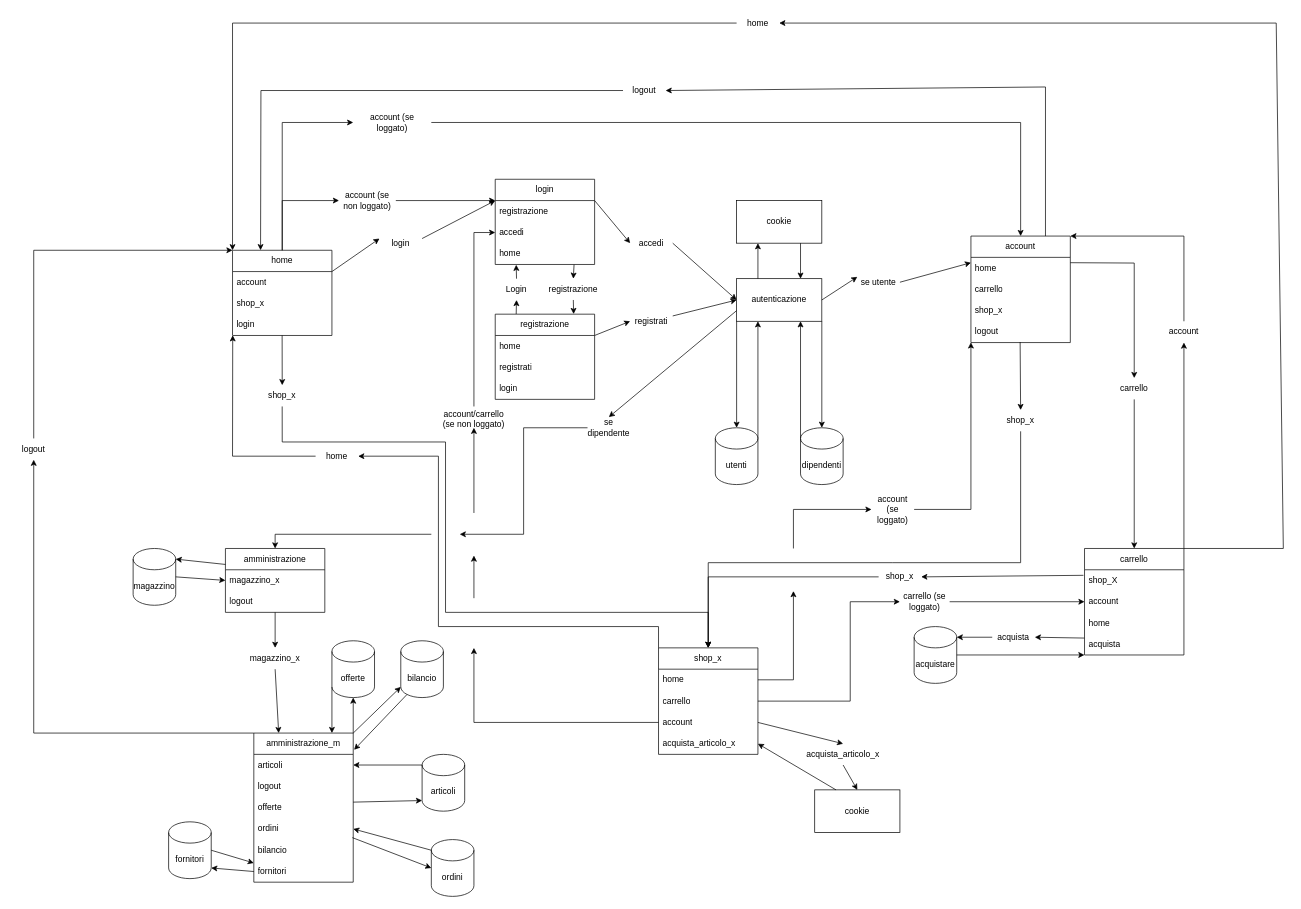
Above: Documenti/progettazione_sito.drawio in Bugigio/Negozi-Sportivi (draw.io), before the change. Source tidied: cells renumbered, new cells numbered last; positions are measured from the earlier drawing's top-left corner, leaving out a move shared by most shapes. Both pictures are drawn from the tidied source at 71%, with x=0, y=0 at pixel (12, 12).
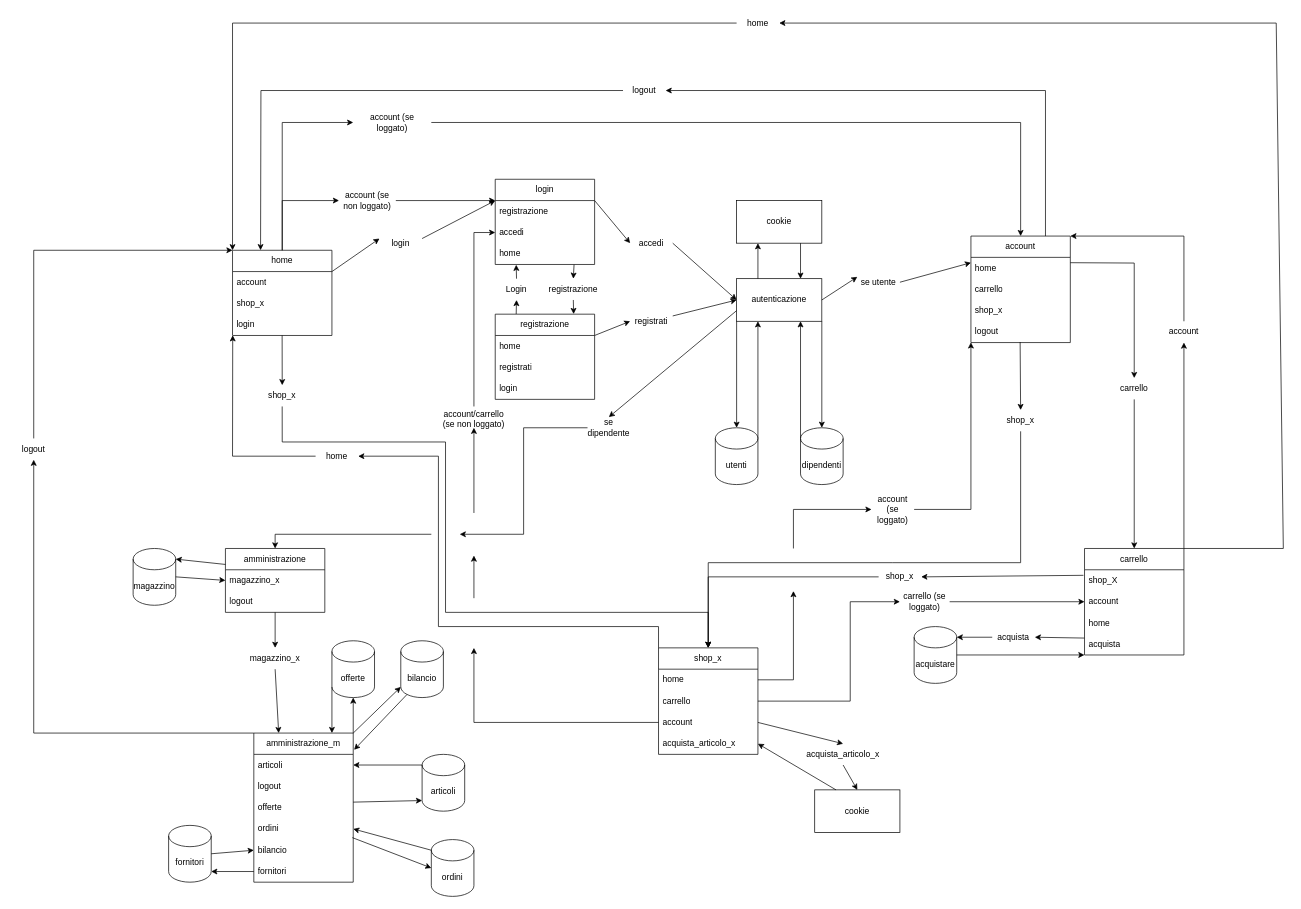
The same page after the edit.

The change refers to these unchanged cells:
```xml
<mxCell id="15" value="account" style="swimlane;fontStyle=0;horizontal=1;startSize=30;whiteSpace=wrap;html=1;" parent="1" vertex="1">
  <mxGeometry x="1350" y="315" width="140" height="150" as="geometry" />
</mxCell>
<mxCell id="41" value="bilancio" style="text;strokeColor=none;fillColor=none;align=left;verticalAlign=middle;spacingLeft=4;spacingRight=4;overflow=hidden;points=[[0,0.5],[1,0.5]];portConstraint=eastwest;whiteSpace=wrap;html=1;" parent="36" vertex="1">
  <mxGeometry y="150" width="140" height="30" as="geometry" />
</mxCell>
<mxCell id="42" value="fornitori" style="text;strokeColor=none;fillColor=none;align=left;verticalAlign=middle;spacingLeft=4;spacingRight=4;overflow=hidden;points=[[0,0.5],[1,0.5]];portConstraint=eastwest;whiteSpace=wrap;html=1;" parent="36" vertex="1">
  <mxGeometry y="180" width="140" height="30" as="geometry" />
</mxCell>
<mxCell id="123" value="logout" style="text;html=1;strokeColor=none;fillColor=none;align=center;verticalAlign=middle;whiteSpace=wrap;rounded=0;" parent="1" vertex="1">
  <mxGeometry x="860" y="95" width="60" height="30" as="geometry" />
</mxCell>
```

What changed in the source:
```diff
@@
     <mxCell id="115" value="fornitori" style="shape=cylinder3;whiteSpace=wrap;html=1;boundedLbl=1;backgroundOutline=1;size=15;" parent="1" vertex="1">
-      <mxGeometry x="220" y="1140" width="60" height="80" as="geometry" />
+      <mxGeometry x="220" y="1145" width="60" height="80" as="geometry" />
     </mxCell>
@@
-    <mxCell id="117" style="endArrow=classic;html=1;rounded=0;entryX=0;entryY=0.1;entryDx=0;entryDy=0;entryPerimeter=0;exitX=1;exitY=0.5;exitDx=0;exitDy=0;exitPerimeter=0;" parent="1" edge="1" source="115" target="42">
+    <mxCell id="117" style="endArrow=classic;html=1;rounded=0;entryX=0;entryY=0.5;entryDx=0;entryDy=0;exitX=1;exitY=0.5;exitDx=0;exitDy=0;exitPerimeter=0;" parent="1" edge="1" source="115" target="41">
       <mxGeometry relative="1" as="geometry" />
     </mxCell>
@@
     <mxCell id="122" style="endArrow=classic;html=1;rounded=0;exitX=0.75;exitY=0;exitDx=0;exitDy=0;entryX=1;entryY=0.5;entryDx=0;entryDy=0;" parent="1" edge="1" source="15" target="123">
       <mxGeometry relative="1" as="geometry">
         <Array as="points">
-          <mxPoint x="1455" y="105" />
+          <mxPoint x="1455" y="110" />
         </Array>
       </mxGeometry>
     </mxCell>
```
